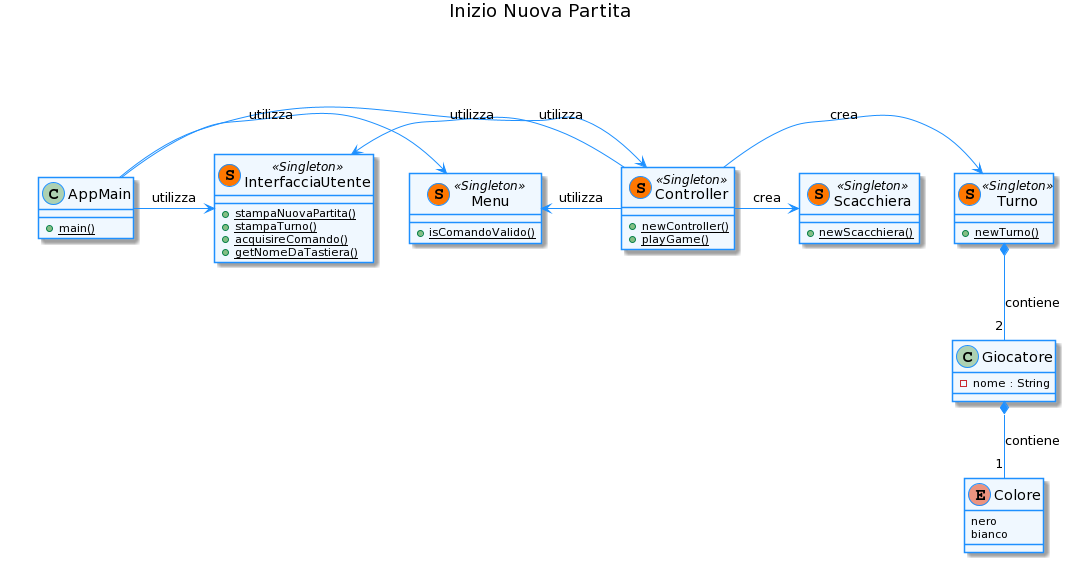
The PlantUML diagram doc/drawings/IniziaNuovaPartita.png in softeng1920-inf-uniba/progetto1920-catmull, before a commit.
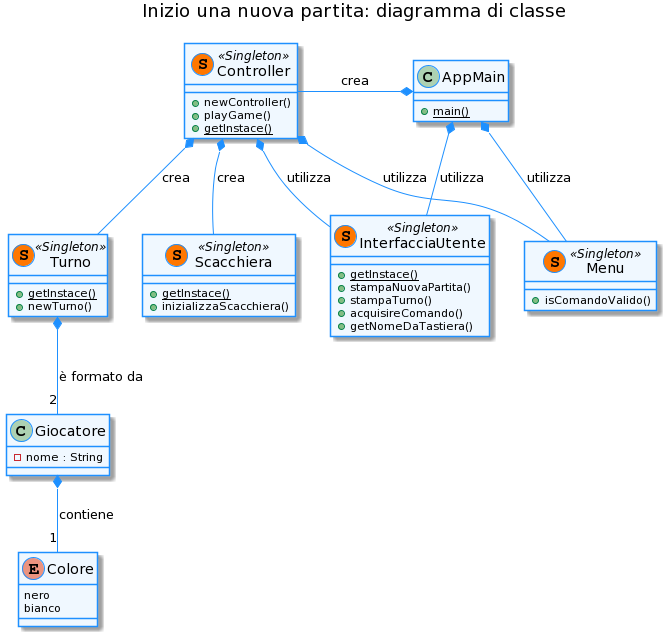
The same file after the commit.

Diff of the diagram source:
```diff
@@ -1,5 +1,5 @@
 @startuml
-title Inizio Nuova Partita
+title Inizio una nuova partita: diagramma di classe
 skinparam classFontSize 14
 
 
@@ -16,23 +16,26 @@
 }
 
 class Controller << (S,#FF7700) Singleton >> {
-+ {static} newController()
-+ {static} playGame()
++ newController()
++ playGame()
++ {static} getInstace()
 }
 
 class Menu << (S,#FF7700) Singleton >> {
-+ {static} isComandoValido()
++ isComandoValido()
 }
 
 class InterfacciaUtente << (S,#FF7700) Singleton >> {
-+ {static} stampaNuovaPartita()
-+ {static} stampaTurno()
-+{static} acquisireComando()
-+{static} getNomeDaTastiera()
++ {static} getInstace()
++ stampaNuovaPartita()
++ stampaTurno()
++ acquisireComando()
++ getNomeDaTastiera()
 }
 
 class Turno << (S,#FF7700) Singleton >> {
-+ {static} newTurno()
++ {static} getInstace()
++ newTurno()
 }
 
 class Giocatore{
@@ -40,7 +43,8 @@
 }
 
 class Scacchiera << (S,#FF7700) Singleton >>{
-+ {static} newScacchiera()
++ {static} getInstace()
++ inizializzaScacchiera()
 }
 
 enum Colore{
@@ -53,12 +57,12 @@
 }
 
 Giocatore *-- "1" Colore : contiene
-Turno *-- "2" Giocatore : contiene
-AppMain -> Controller :utilizza
-AppMain -> Menu :utilizza
-AppMain -> InterfacciaUtente :utilizza
-Controller -> Turno : crea
-Controller -> Scacchiera : crea
-Controller -> InterfacciaUtente  : utilizza
-Controller -> Menu : utilizza
+Turno *-- "2" Giocatore : è formato da
+AppMain *-- Controller : crea
+AppMain *-- Menu : utilizza
+AppMain *-- InterfacciaUtente : utilizza
+Controller *-- Turno : crea
+Controller *-- Scacchiera : crea
+Controller *-- InterfacciaUtente  : utilizza
+Controller *-- Menu : utilizza
 @enduml
```
